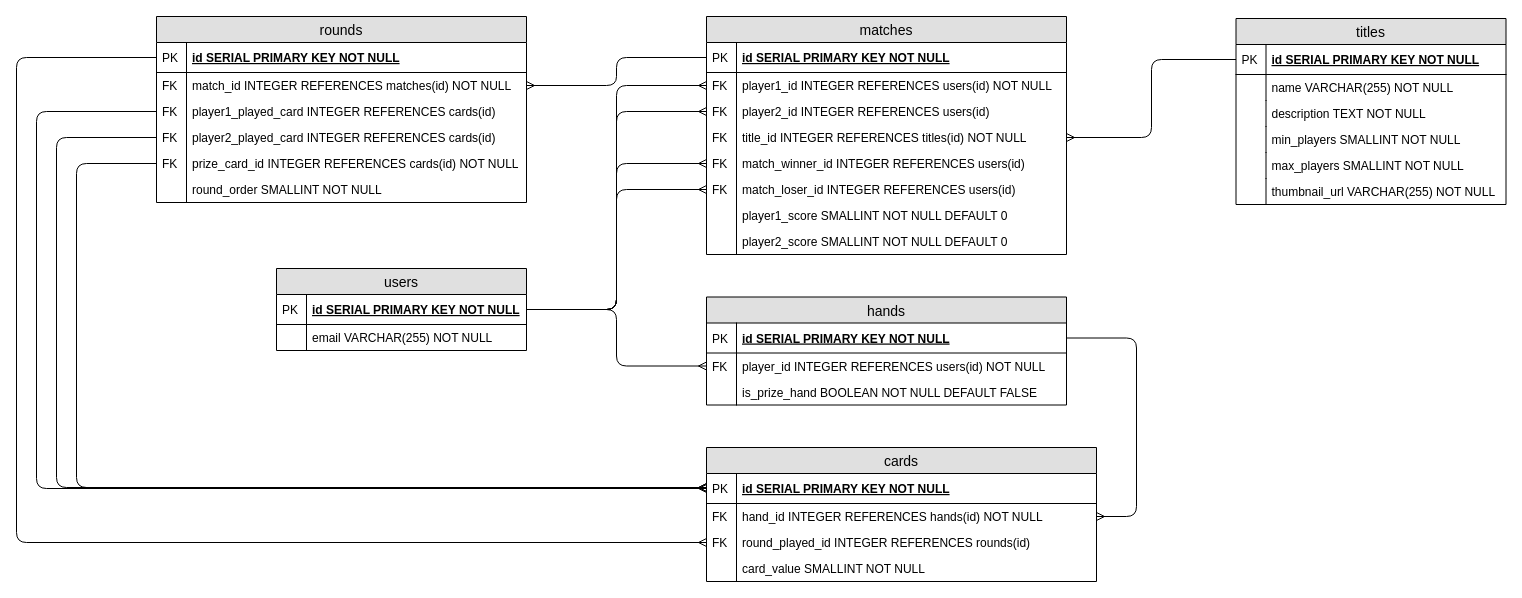
Earlier version of the draw.io diagram docs/Goofspiel ERD.drawio (WillGWong/goofspiel). Source tidied: cells renumbered, new cells numbered last; positions are measured from the earlier drawing's top-left corner, leaving out a move shared by most shapes. Both pictures are drawn from the tidied source at 100%, with x=0, y=0 at pixel (16, 16).
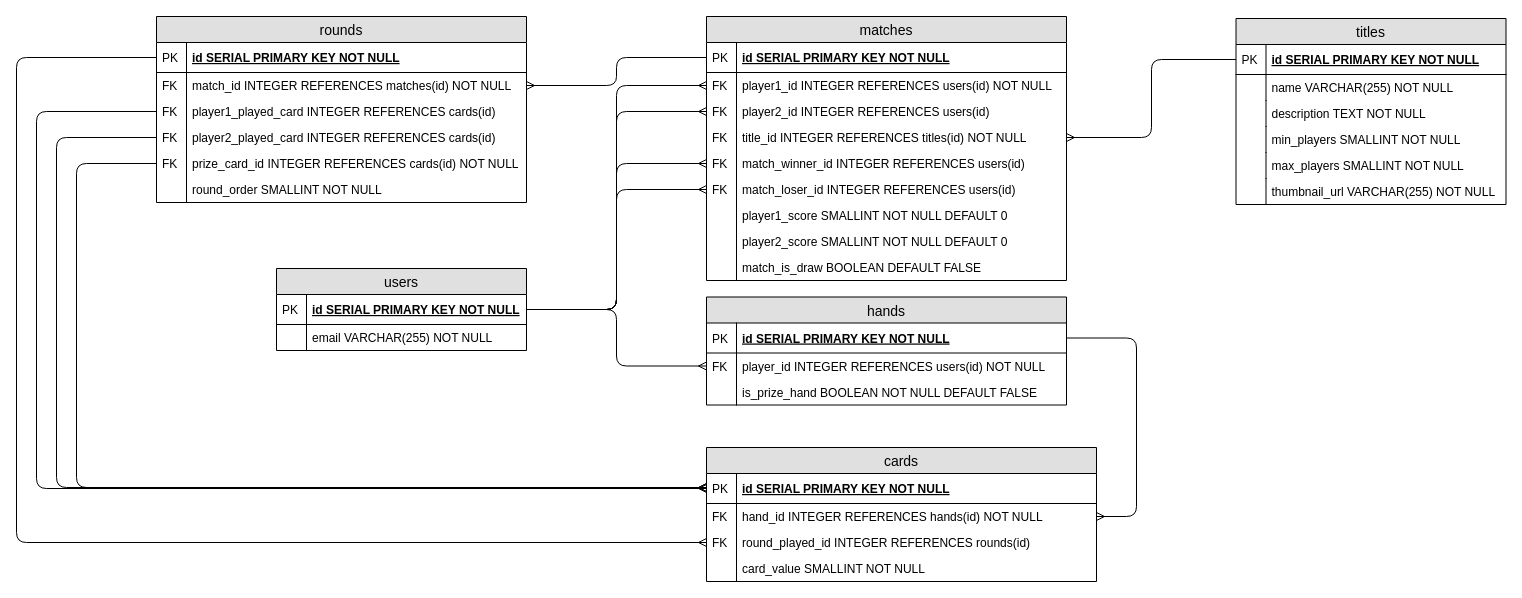
After the change.

Commit message:
update ERD table matches to allow for draw games

What changed in the source:
```diff
@@
     <mxCell id="7" value="matches" style="swimlane;fontStyle=0;horizontal=1;startSize=26;fillColor=#e0e0e0;swimlaneFillColor=#ffffff;align=center;fontSize=14;" parent="1" vertex="1">
-      <mxGeometry x="690" width="360" height="238" as="geometry" />
+      <mxGeometry x="690" width="360" height="264" as="geometry" />
     </mxCell>
@@
+    <mxCell id="78" value="match_is_draw BOOLEAN DEFAULT FALSE" style="shape=partialRectangle;top=0;left=0;right=0;bottom=0;align=left;verticalAlign=top;fillColor=none;spacingLeft=34;spacingRight=4;overflow=hidden;fontSize=12;" parent="7" vertex="1">
+      <mxGeometry y="238" width="360" height="26" as="geometry" />
+    </mxCell>
+    <mxCell id="79" style="shape=partialRectangle;top=0;left=0;bottom=0;fillColor=none;align=left;verticalAlign=top;spacingLeft=4;spacingRight=4;overflow=hidden;fontSize=12;" parent="78" vertex="1">
+      <mxGeometry width="30" height="26" as="geometry" />
+    </mxCell>
```
